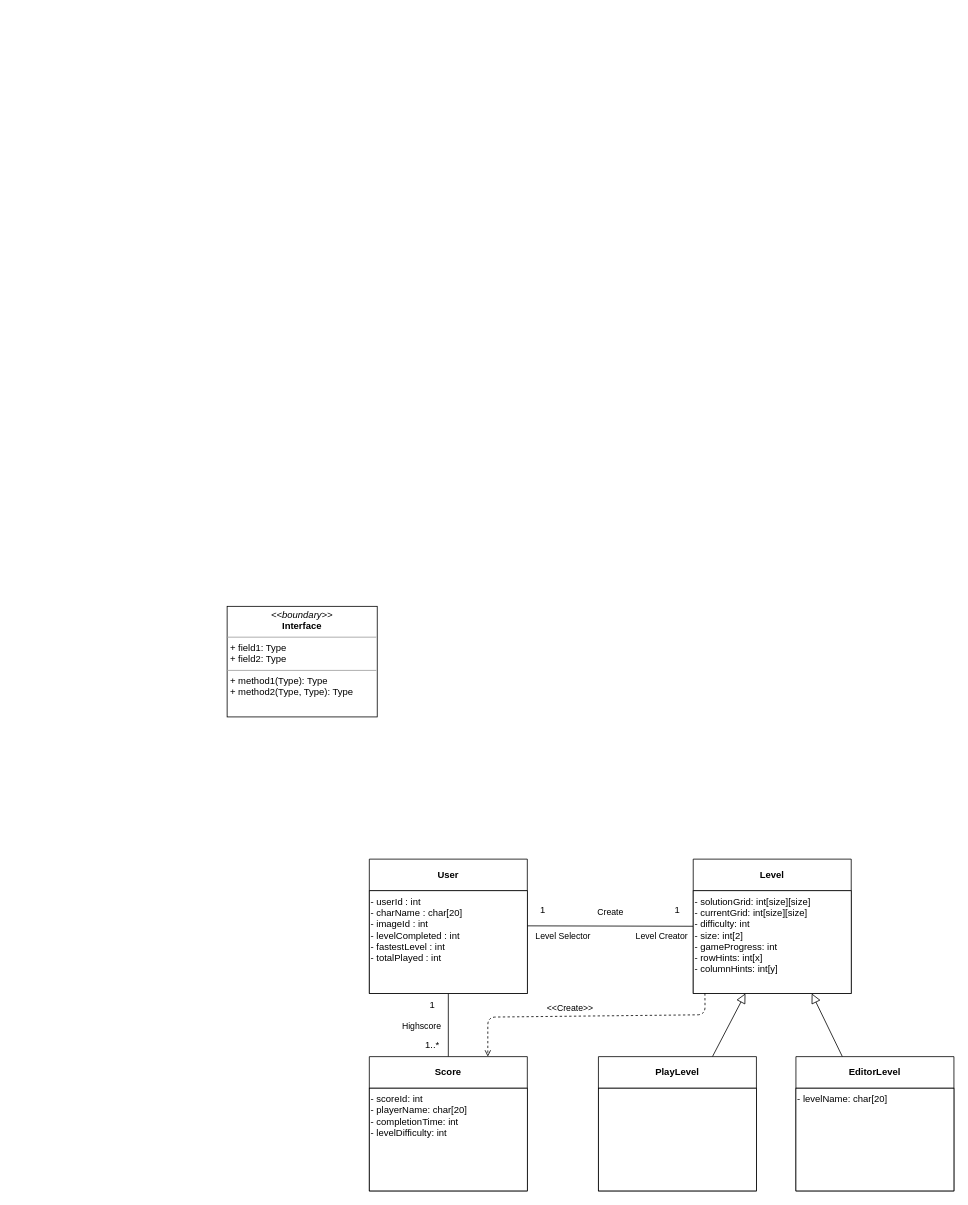
tanjinhung/Nonogram keeps this draw.io diagram as diagram/class_bce.drawio. Above is the earlier version. Source tidied: cells renumbered, new cells numbered last; positions are measured from the earlier drawing's top-left corner, leaving out a move shared by most shapes. Both pictures are drawn from the tidied source at 79%, with x=0, y=0 at pixel (227, 606).
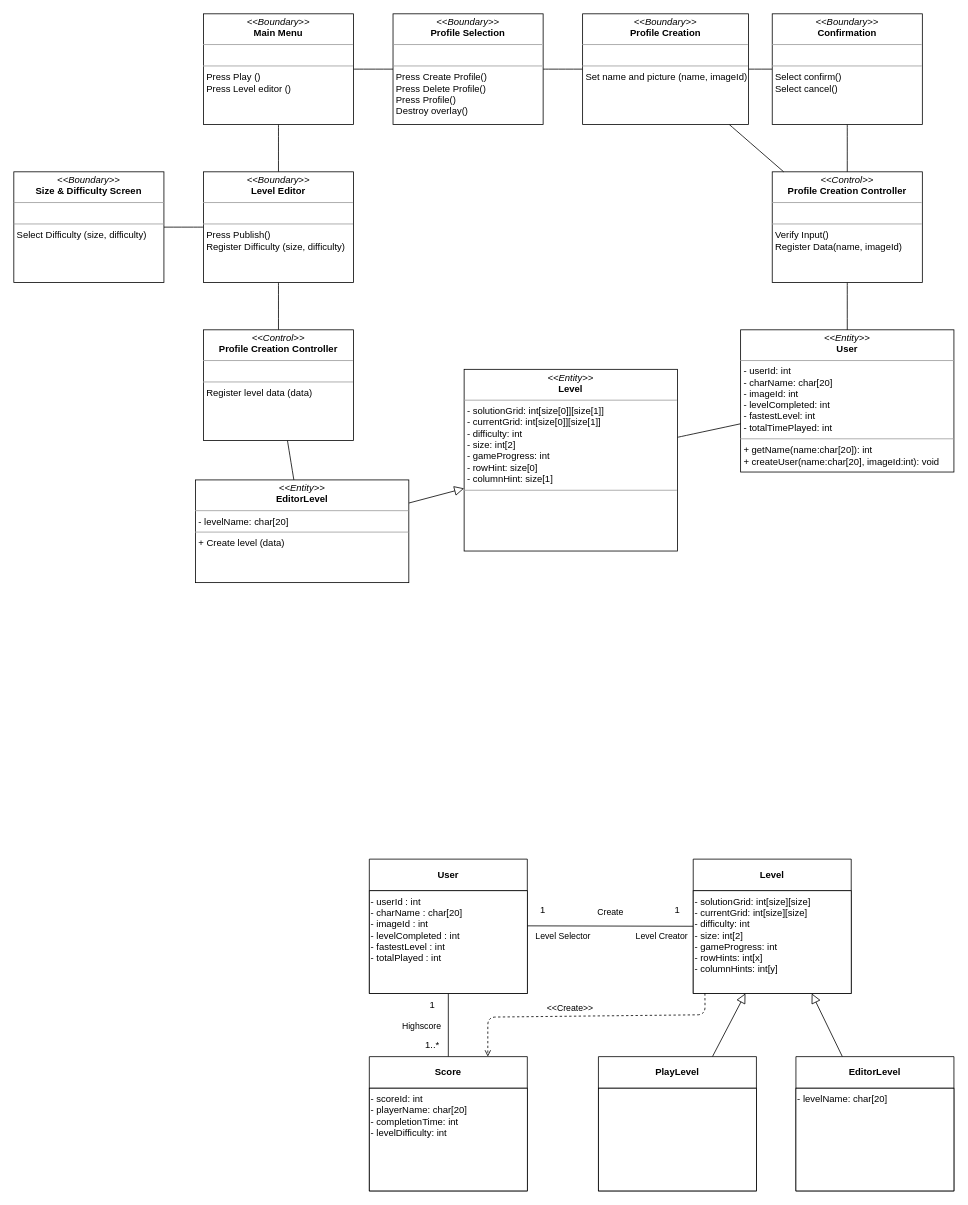
Above is the later version.

Change to the diagram source:
```diff
@@
-    <mxCell id="27" value="&lt;p style=&quot;margin:0px;margin-top:4px;text-align:center;&quot;&gt;&lt;i&gt;&amp;lt;&amp;lt;boundary&amp;gt;&amp;gt;&lt;/i&gt;&lt;br&gt;&lt;b&gt;Interface&lt;/b&gt;&lt;/p&gt;&lt;hr size=&quot;1&quot;&gt;&lt;p style=&quot;margin:0px;margin-left:4px;&quot;&gt;+ field1: Type&lt;br&gt;+ field2: Type&lt;/p&gt;&lt;hr size=&quot;1&quot;&gt;&lt;p style=&quot;margin:0px;margin-left:4px;&quot;&gt;+ method1(Type): Type&lt;br&gt;+ method2(Type, Type): Type&lt;/p&gt;" style="verticalAlign=top;align=left;overflow=fill;fontSize=12;fontFamily=Helvetica;html=1;" parent="1" vertex="1">
-      <mxGeometry width="190" height="140" as="geometry" />
+    <mxCell id="27" value="&lt;p style=&quot;margin:0px;margin-top:4px;text-align:center;&quot;&gt;&lt;i&gt;&amp;lt;&amp;lt;Entity&amp;gt;&amp;gt;&lt;/i&gt;&lt;br&gt;&lt;b&gt;User&lt;/b&gt;&lt;/p&gt;&lt;hr size=&quot;1&quot;&gt;&lt;p style=&quot;margin:0px;margin-left:4px;&quot;&gt;- userId: int&lt;br&gt;- charName: char[20]&lt;/p&gt;&lt;p style=&quot;margin:0px;margin-left:4px;&quot;&gt;- imageId: int&lt;/p&gt;&lt;p style=&quot;margin:0px;margin-left:4px;&quot;&gt;- levelCompleted: int&lt;/p&gt;&lt;p style=&quot;margin:0px;margin-left:4px;&quot;&gt;- fastestLevel: int&lt;/p&gt;&lt;p style=&quot;margin:0px;margin-left:4px;&quot;&gt;- totalTimePlayed: int&lt;/p&gt;&lt;hr size=&quot;1&quot;&gt;&lt;p style=&quot;margin:0px;margin-left:4px;&quot;&gt;+ getName(name:char[20]): int&lt;br&gt;+ createUser(name:char[20], imageId:int): void&lt;/p&gt;" style="verticalAlign=top;align=left;overflow=fill;fontSize=12;fontFamily=Helvetica;html=1;" parent="1" vertex="1">
+      <mxGeometry x="650" y="-350" width="270" height="180" as="geometry" />
     </mxCell>
+    <mxCell id="28" style="edgeStyle=none;curved=1;rounded=0;jettySize=auto;html=1;endArrow=none;startSize=14;endSize=14;sourcePerimeterSpacing=0;targetPerimeterSpacing=0;endFill=0;" parent="1" edge="1" source="30" target="34">
+      <mxGeometry relative="1" as="geometry" />
+    </mxCell>
+    <mxCell id="29" style="edgeStyle=none;curved=1;rounded=0;jettySize=auto;html=1;endArrow=none;endFill=0;startSize=14;endSize=14;sourcePerimeterSpacing=0;targetPerimeterSpacing=0;" parent="1" edge="1" source="30" target="42">
+      <mxGeometry relative="1" as="geometry" />
+    </mxCell>
+    <mxCell id="30" value="&lt;p style=&quot;margin:0px;margin-top:4px;text-align:center;&quot;&gt;&lt;i&gt;&amp;lt;&amp;lt;Boundary&amp;gt;&amp;gt;&lt;/i&gt;&lt;br&gt;&lt;b&gt;Main Menu&lt;/b&gt;&lt;/p&gt;&lt;hr size=&quot;1&quot;&gt;&lt;p style=&quot;margin:0px;margin-left:4px;&quot;&gt;&lt;br&gt;&lt;/p&gt;&lt;hr size=&quot;1&quot;&gt;&lt;p style=&quot;margin:0px;margin-left:4px;&quot;&gt;Press Play ()&lt;/p&gt;&lt;p style=&quot;margin:0px;margin-left:4px;&quot;&gt;Press&amp;nbsp;&lt;span style=&quot;background-color: initial;&quot;&gt;Level editor ()&lt;/span&gt;&lt;/p&gt;" style="verticalAlign=top;align=left;overflow=fill;fontSize=12;fontFamily=Helvetica;html=1;" parent="1" vertex="1">
+      <mxGeometry x="-30" y="-750" width="190" height="140" as="geometry" />
+    </mxCell>
+    <mxCell id="31" style="edgeStyle=none;curved=1;rounded=0;jettySize=auto;html=1;endArrow=none;startSize=14;endSize=14;sourcePerimeterSpacing=0;targetPerimeterSpacing=0;endFill=0;" parent="1" edge="1" source="32" target="27">
+      <mxGeometry relative="1" as="geometry" />
+    </mxCell>
+    <mxCell id="32" value="&lt;p style=&quot;margin:0px;margin-top:4px;text-align:center;&quot;&gt;&lt;i&gt;&amp;lt;&amp;lt;Control&amp;gt;&amp;gt;&lt;/i&gt;&lt;br&gt;&lt;b&gt;Profile Creation Controller&lt;/b&gt;&lt;/p&gt;&lt;hr size=&quot;1&quot;&gt;&lt;p style=&quot;margin:0px;margin-left:4px;&quot;&gt;&lt;br&gt;&lt;/p&gt;&lt;hr size=&quot;1&quot;&gt;&lt;p style=&quot;margin:0px;margin-left:4px;&quot;&gt;Verify Input()&lt;/p&gt;&lt;p style=&quot;margin:0px;margin-left:4px;&quot;&gt;Register Data(name, imageId)&lt;/p&gt;" style="verticalAlign=top;align=left;overflow=fill;fontSize=12;fontFamily=Helvetica;html=1;" parent="1" vertex="1">
+      <mxGeometry x="690" y="-550" width="190" height="140" as="geometry" />
+    </mxCell>
+    <mxCell id="33" style="edgeStyle=none;curved=1;rounded=0;jettySize=auto;html=1;endArrow=none;endFill=0;startSize=14;endSize=14;sourcePerimeterSpacing=0;targetPerimeterSpacing=0;" parent="1" edge="1" source="34" target="37">
+      <mxGeometry relative="1" as="geometry" />
+    </mxCell>
+    <mxCell id="34" value="&lt;p style=&quot;margin:0px;margin-top:4px;text-align:center;&quot;&gt;&lt;i&gt;&amp;lt;&amp;lt;Boundary&amp;gt;&amp;gt;&lt;/i&gt;&lt;br&gt;&lt;b&gt;Profile Selection&lt;/b&gt;&lt;/p&gt;&lt;hr size=&quot;1&quot;&gt;&lt;p style=&quot;margin:0px;margin-left:4px;&quot;&gt;&lt;br&gt;&lt;/p&gt;&lt;hr size=&quot;1&quot;&gt;&lt;p style=&quot;margin:0px;margin-left:4px;&quot;&gt;&lt;span style=&quot;background-color: initial;&quot;&gt;Press Create Profile()&lt;/span&gt;&lt;/p&gt;&lt;p style=&quot;margin:0px;margin-left:4px;&quot;&gt;&lt;span style=&quot;background-color: initial;&quot;&gt;Press Delete Profile()&lt;/span&gt;&lt;/p&gt;&lt;p style=&quot;margin:0px;margin-left:4px;&quot;&gt;&lt;span style=&quot;background-color: initial;&quot;&gt;Press&amp;nbsp;&lt;/span&gt;&lt;span style=&quot;background-color: initial;&quot;&gt;Profile()&lt;/span&gt;&lt;br&gt;&lt;/p&gt;&lt;p style=&quot;margin:0px;margin-left:4px;&quot;&gt;&lt;span style=&quot;background-color: initial;&quot;&gt;Destroy overlay()&lt;/span&gt;&lt;/p&gt;" style="verticalAlign=top;align=left;overflow=fill;fontSize=12;fontFamily=Helvetica;html=1;" parent="1" vertex="1">
+      <mxGeometry x="210" y="-750" width="190" height="140" as="geometry" />
+    </mxCell>
+    <mxCell id="35" style="edgeStyle=none;curved=1;rounded=0;jettySize=auto;html=1;endArrow=none;endFill=0;startSize=14;endSize=14;sourcePerimeterSpacing=0;targetPerimeterSpacing=0;" parent="1" edge="1" source="37" target="39">
+      <mxGeometry relative="1" as="geometry" />
+    </mxCell>
+    <mxCell id="36" style="edgeStyle=none;curved=1;rounded=0;jettySize=auto;html=1;endArrow=none;endFill=0;startSize=14;endSize=14;sourcePerimeterSpacing=0;targetPerimeterSpacing=0;" parent="1" edge="1" source="37" target="32">
+      <mxGeometry relative="1" as="geometry" />
+    </mxCell>
+    <mxCell id="37" value="&lt;p style=&quot;margin:0px;margin-top:4px;text-align:center;&quot;&gt;&lt;i&gt;&amp;lt;&amp;lt;Boundary&amp;gt;&amp;gt;&lt;/i&gt;&lt;br&gt;&lt;b&gt;Profile Creation&lt;/b&gt;&lt;/p&gt;&lt;hr size=&quot;1&quot;&gt;&lt;p style=&quot;margin:0px;margin-left:4px;&quot;&gt;&lt;br&gt;&lt;/p&gt;&lt;hr size=&quot;1&quot;&gt;&lt;p style=&quot;margin:0px;margin-left:4px;&quot;&gt;Set name and picture (name, imageId)&lt;/p&gt;" style="verticalAlign=top;align=left;overflow=fill;fontSize=12;fontFamily=Helvetica;html=1;" parent="1" vertex="1">
+      <mxGeometry x="450" y="-750" width="210" height="140" as="geometry" />
+    </mxCell>
+    <mxCell id="38" style="edgeStyle=none;curved=1;rounded=0;jettySize=auto;html=1;endArrow=none;endFill=0;startSize=14;endSize=14;sourcePerimeterSpacing=0;targetPerimeterSpacing=0;" parent="1" edge="1" source="39" target="32">
+      <mxGeometry relative="1" as="geometry" />
+    </mxCell>
+    <mxCell id="39" value="&lt;p style=&quot;margin:0px;margin-top:4px;text-align:center;&quot;&gt;&lt;i&gt;&amp;lt;&amp;lt;Boundary&amp;gt;&amp;gt;&lt;/i&gt;&lt;br&gt;&lt;b&gt;Confirmation&lt;/b&gt;&lt;/p&gt;&lt;hr size=&quot;1&quot;&gt;&lt;p style=&quot;margin:0px;margin-left:4px;&quot;&gt;&lt;br&gt;&lt;/p&gt;&lt;hr size=&quot;1&quot;&gt;&lt;p style=&quot;margin:0px;margin-left:4px;&quot;&gt;Select confirm()&lt;/p&gt;&lt;p style=&quot;margin:0px;margin-left:4px;&quot;&gt;Select&amp;nbsp;&lt;span style=&quot;background-color: initial;&quot;&gt;cancel()&lt;/span&gt;&lt;/p&gt;&lt;p style=&quot;margin:0px;margin-left:4px;&quot;&gt;&lt;br&gt;&lt;/p&gt;" style="verticalAlign=top;align=left;overflow=fill;fontSize=12;fontFamily=Helvetica;html=1;" parent="1" vertex="1">
+      <mxGeometry x="690" y="-750" width="190" height="140" as="geometry" />
+    </mxCell>
+    <mxCell id="40" style="edgeStyle=none;curved=1;rounded=0;jettySize=auto;html=1;endArrow=none;endFill=0;startSize=14;endSize=14;sourcePerimeterSpacing=0;targetPerimeterSpacing=0;" parent="1" edge="1" source="42" target="43">
+      <mxGeometry relative="1" as="geometry" />
+    </mxCell>
+    <mxCell id="41" style="edgeStyle=none;curved=1;rounded=0;jettySize=auto;html=1;endArrow=none;endFill=0;startSize=14;endSize=14;sourcePerimeterSpacing=0;targetPerimeterSpacing=0;" parent="1" edge="1" source="42" target="45">
+      <mxGeometry relative="1" as="geometry" />
+    </mxCell>
+    <mxCell id="42" value="&lt;p style=&quot;margin:0px;margin-top:4px;text-align:center;&quot;&gt;&lt;i&gt;&amp;lt;&amp;lt;Boundary&amp;gt;&amp;gt;&lt;/i&gt;&lt;br&gt;&lt;b&gt;Level Editor&lt;/b&gt;&lt;/p&gt;&lt;hr size=&quot;1&quot;&gt;&lt;p style=&quot;margin:0px;margin-left:4px;&quot;&gt;&lt;br&gt;&lt;/p&gt;&lt;hr size=&quot;1&quot;&gt;&lt;p style=&quot;margin:0px;margin-left:4px;&quot;&gt;Press Publish()&lt;/p&gt;&lt;p style=&quot;margin:0px;margin-left:4px;&quot;&gt;Register Difficulty (size, difficulty)&lt;/p&gt;" style="verticalAlign=top;align=left;overflow=fill;fontSize=12;fontFamily=Helvetica;html=1;" parent="1" vertex="1">
+      <mxGeometry x="-30" y="-550" width="190" height="140" as="geometry" />
+    </mxCell>
+    <mxCell id="43" value="&lt;p style=&quot;margin:0px;margin-top:4px;text-align:center;&quot;&gt;&lt;i&gt;&amp;lt;&amp;lt;Boundary&amp;gt;&amp;gt;&lt;/i&gt;&lt;br&gt;&lt;b&gt;Size &amp;amp; Difficulty Screen&lt;/b&gt;&lt;/p&gt;&lt;hr size=&quot;1&quot;&gt;&lt;p style=&quot;margin:0px;margin-left:4px;&quot;&gt;&lt;br&gt;&lt;/p&gt;&lt;hr size=&quot;1&quot;&gt;&lt;p style=&quot;margin:0px;margin-left:4px;&quot;&gt;Select Difficulty (size, difficulty)&lt;/p&gt;" style="verticalAlign=top;align=left;overflow=fill;fontSize=12;fontFamily=Helvetica;html=1;" parent="1" vertex="1">
+      <mxGeometry x="-270" y="-550" width="190" height="140" as="geometry" />
+    </mxCell>
+    <mxCell id="44" style="edgeStyle=none;curved=1;rounded=0;jettySize=auto;html=1;endArrow=none;endFill=0;startSize=14;endSize=14;sourcePerimeterSpacing=0;targetPerimeterSpacing=0;" parent="1" edge="1" source="45" target="49">
+      <mxGeometry relative="1" as="geometry" />
+    </mxCell>
+    <mxCell id="45" value="&lt;p style=&quot;margin:0px;margin-top:4px;text-align:center;&quot;&gt;&lt;i&gt;&amp;lt;&amp;lt;Control&amp;gt;&amp;gt;&lt;/i&gt;&lt;br&gt;&lt;b&gt;Profile Creation Controller&lt;/b&gt;&lt;/p&gt;&lt;hr size=&quot;1&quot;&gt;&lt;p style=&quot;margin:0px;margin-left:4px;&quot;&gt;&lt;br&gt;&lt;/p&gt;&lt;hr size=&quot;1&quot;&gt;&lt;p style=&quot;margin:0px;margin-left:4px;&quot;&gt;Register level data (data)&lt;/p&gt;" style="verticalAlign=top;align=left;overflow=fill;fontSize=12;fontFamily=Helvetica;html=1;" parent="1" vertex="1">
+      <mxGeometry x="-30" y="-350" width="190" height="140" as="geometry" />
+    </mxCell>
+    <mxCell id="46" style="edgeStyle=none;curved=1;rounded=0;jettySize=auto;html=1;endArrow=none;endFill=0;startSize=14;endSize=14;sourcePerimeterSpacing=0;targetPerimeterSpacing=0;" parent="1" edge="1" source="47" target="27">
+      <mxGeometry relative="1" as="geometry" />
+    </mxCell>
+    <mxCell id="47" value="&lt;p style=&quot;margin:0px;margin-top:4px;text-align:center;&quot;&gt;&lt;i&gt;&amp;lt;&amp;lt;Entity&amp;gt;&amp;gt;&lt;/i&gt;&lt;br&gt;&lt;b&gt;Level&lt;/b&gt;&lt;/p&gt;&lt;hr size=&quot;1&quot;&gt;&lt;p style=&quot;margin:0px;margin-left:4px;&quot;&gt;- solutionGrid: int[size[0]][size[1]]&lt;br&gt;&lt;/p&gt;&lt;p style=&quot;margin:0px;margin-left:4px;&quot;&gt;- currentGrid: int[size[0]][size[1]]&lt;/p&gt;&lt;p style=&quot;margin:0px;margin-left:4px;&quot;&gt;- difficulty: int&lt;/p&gt;&lt;p style=&quot;margin:0px;margin-left:4px;&quot;&gt;- size: int[2]&lt;/p&gt;&lt;p style=&quot;margin:0px;margin-left:4px;&quot;&gt;- gameProgress: int&lt;/p&gt;&lt;p style=&quot;margin:0px;margin-left:4px;&quot;&gt;- rowHint: size[0]&lt;/p&gt;&lt;p style=&quot;margin:0px;margin-left:4px;&quot;&gt;- columnHint: size[1]&lt;/p&gt;&lt;hr size=&quot;1&quot;&gt;&lt;p style=&quot;margin:0px;margin-left:4px;&quot;&gt;&lt;br&gt;&lt;/p&gt;" style="verticalAlign=top;align=left;overflow=fill;fontSize=12;fontFamily=Helvetica;html=1;" parent="1" vertex="1">
+      <mxGeometry x="300" y="-300" width="270" height="230" as="geometry" />
+    </mxCell>
+    <mxCell id="48" style="edgeStyle=none;html=1;strokeColor=default;startArrow=none;startFill=0;endArrow=block;endFill=0;startSize=10;endSize=10;sourcePerimeterSpacing=0;targetPerimeterSpacing=0;" parent="1" edge="1" source="49" target="47">
+      <mxGeometry relative="1" as="geometry" />
+    </mxCell>
+    <mxCell id="49" value="&lt;p style=&quot;margin:0px;margin-top:4px;text-align:center;&quot;&gt;&lt;i&gt;&amp;lt;&amp;lt;Entity&amp;gt;&amp;gt;&lt;/i&gt;&lt;br&gt;&lt;b&gt;EditorLevel&lt;/b&gt;&lt;/p&gt;&lt;hr size=&quot;1&quot;&gt;&lt;p style=&quot;margin:0px;margin-left:4px;&quot;&gt;- levelName: char[20]&lt;/p&gt;&lt;hr size=&quot;1&quot;&gt;&lt;p style=&quot;margin:0px;margin-left:4px;&quot;&gt;+ Create level (data)&lt;/p&gt;" style="verticalAlign=top;align=left;overflow=fill;fontSize=12;fontFamily=Helvetica;html=1;" parent="1" vertex="1">
+      <mxGeometry x="-40" y="-160" width="270" height="130" as="geometry" />
+    </mxCell>
```
